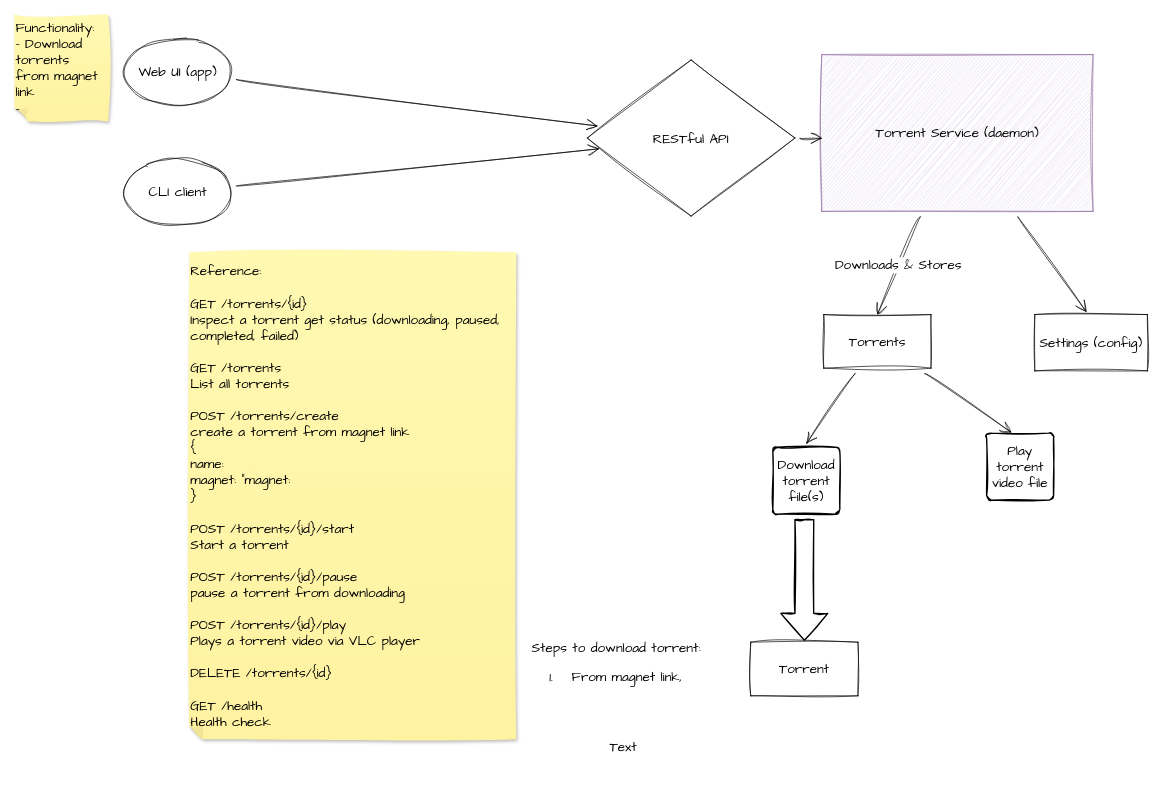
This is torrent-server.drawio from Mr0cket/torrent-pi, a draw.io file, before an edit. Source tidied: cells renumbered, new cells numbered last; positions are measured from the earlier drawing's top-left corner, leaving out a move shared by most shapes. Both pictures are drawn from the tidied source at 67%, with x=0, y=0 at pixel (14, 14).
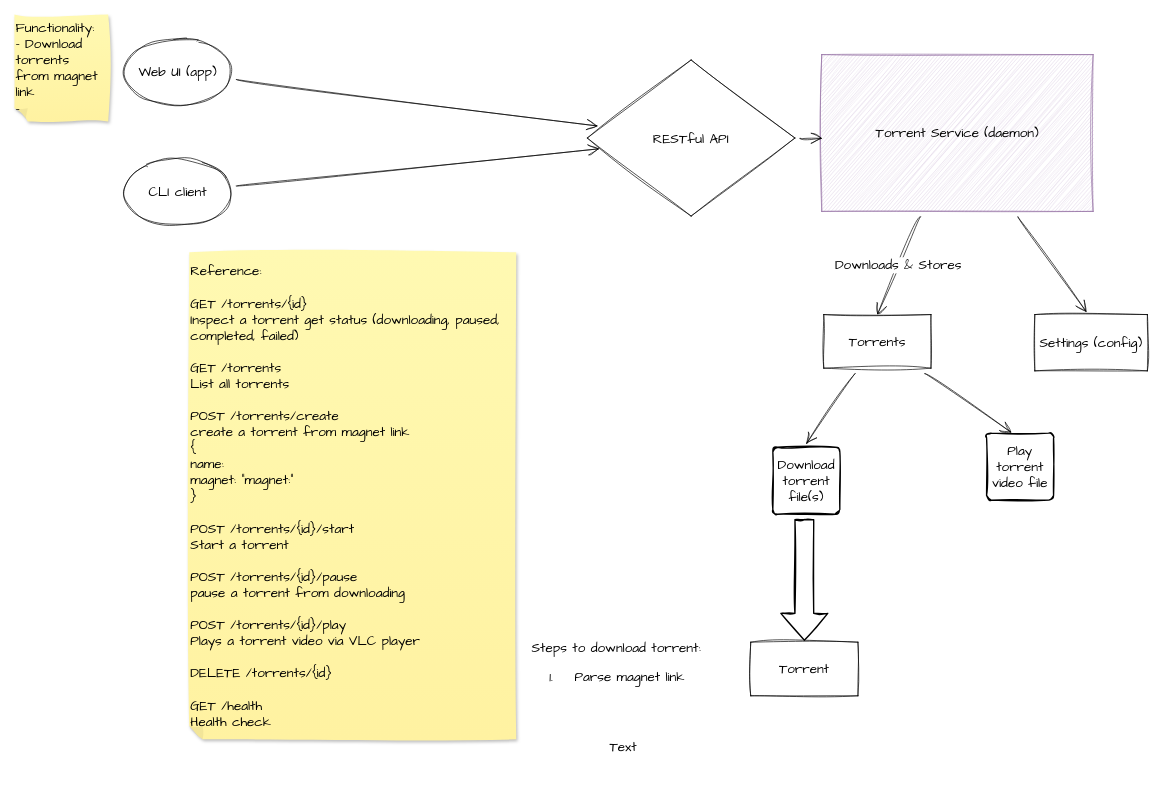
The same page after the edit.

Change to the diagram source:
```diff
@@
-    <mxCell id="19" value="Steps to download torrent:&lt;br&gt;&lt;ol&gt;&lt;li&gt;From magnet link,&amp;nbsp;&lt;/li&gt;&lt;/ol&gt;" style="text;html=1;strokeColor=none;fillColor=none;align=center;verticalAlign=middle;whiteSpace=wrap;rounded=0;fontSize=20;fontFamily=Architects Daughter;" parent="1" vertex="1">
+    <mxCell id="19" value="Steps to download torrent:&lt;br&gt;&lt;ol&gt;&lt;li&gt;Parse magnet link&lt;/li&gt;&lt;/ol&gt;" style="text;html=1;strokeColor=none;fillColor=none;align=center;verticalAlign=middle;whiteSpace=wrap;rounded=0;fontSize=20;fontFamily=Architects Daughter;" parent="1" vertex="1">
       <mxGeometry x="765" y="940" width="267" height="74" as="geometry" />
     </mxCell>
@@
-    <mxCell id="23" value="Reference:&lt;br&gt;&lt;span style=&quot;background-color: initial;&quot;&gt;&lt;br&gt;GET /torrents/{id}&lt;br&gt;&lt;/span&gt;Inspect a torrent get status (downloading, paused, completed, failed)&lt;br&gt;&lt;br&gt;GET /torrents&lt;br&gt;List all torrents&lt;br&gt;&lt;br&gt;POST /torrents/create&lt;br&gt;create a torrent from magnet link&lt;br&gt;{&lt;br&gt;name:&amp;nbsp;&lt;br&gt;magnet: &quot;magnet:&lt;br&gt;}&lt;br&gt;&lt;br&gt;POST /torrents/{id}/start&lt;br&gt;Start a torrent&lt;br&gt;&lt;br&gt;POST /torrents/{id}/pause&lt;br&gt;pause a torrent from downloading&lt;br&gt;&lt;br&gt;POST /torrents/{id}/play&lt;br&gt;Plays a torrent video via VLC player&lt;br&gt;&lt;br&gt;DELETE /torrents/{id}&lt;br&gt;&lt;br&gt;GET /health&lt;br&gt;Health check" style="shape=note;whiteSpace=wrap;html=1;backgroundOutline=1;fontColor=#000000;darkOpacity=0.05;fillColor=#FFF9B2;strokeColor=none;fillStyle=solid;direction=west;gradientDirection=north;gradientColor=#FFF2A1;shadow=1;size=20;sketch=1;hachureGap=4;jiggle=2;curveFitting=1;fontFamily=Architects Daughter;fontSize=20;align=left;" parent="1" vertex="1">
+    <mxCell id="23" value="Reference:&lt;br&gt;&lt;span style=&quot;background-color: initial;&quot;&gt;&lt;br&gt;GET /torrents/{id}&lt;br&gt;&lt;/span&gt;Inspect a torrent get status (downloading, paused, completed, failed)&lt;br&gt;&lt;br&gt;GET /torrents&lt;br&gt;List all torrents&lt;br&gt;&lt;br&gt;POST /torrents/create&lt;br&gt;create a torrent from magnet link&lt;br&gt;{&lt;br&gt;name:&amp;nbsp;&lt;br&gt;magnet: &quot;magnet:&quot;&lt;br&gt;}&lt;br&gt;&lt;br&gt;POST /torrents/{id}/start&lt;br&gt;Start a torrent&lt;br&gt;&lt;br&gt;POST /torrents/{id}/pause&lt;br&gt;pause a torrent from downloading&lt;br&gt;&lt;br&gt;POST /torrents/{id}/play&lt;br&gt;Plays a torrent video via VLC player&lt;br&gt;&lt;br&gt;DELETE /torrents/{id}&lt;br&gt;&lt;br&gt;GET /health&lt;br&gt;Health check" style="shape=note;whiteSpace=wrap;html=1;backgroundOutline=1;fontColor=#000000;darkOpacity=0.05;fillColor=#FFF9B2;strokeColor=none;fillStyle=solid;direction=west;gradientDirection=north;gradientColor=#FFF2A1;shadow=1;size=20;sketch=1;hachureGap=4;jiggle=2;curveFitting=1;fontFamily=Architects Daughter;fontSize=20;align=left;" parent="1" vertex="1">
       <mxGeometry x="261" y="355" width="488" height="727" as="geometry" />
     </mxCell>
```
